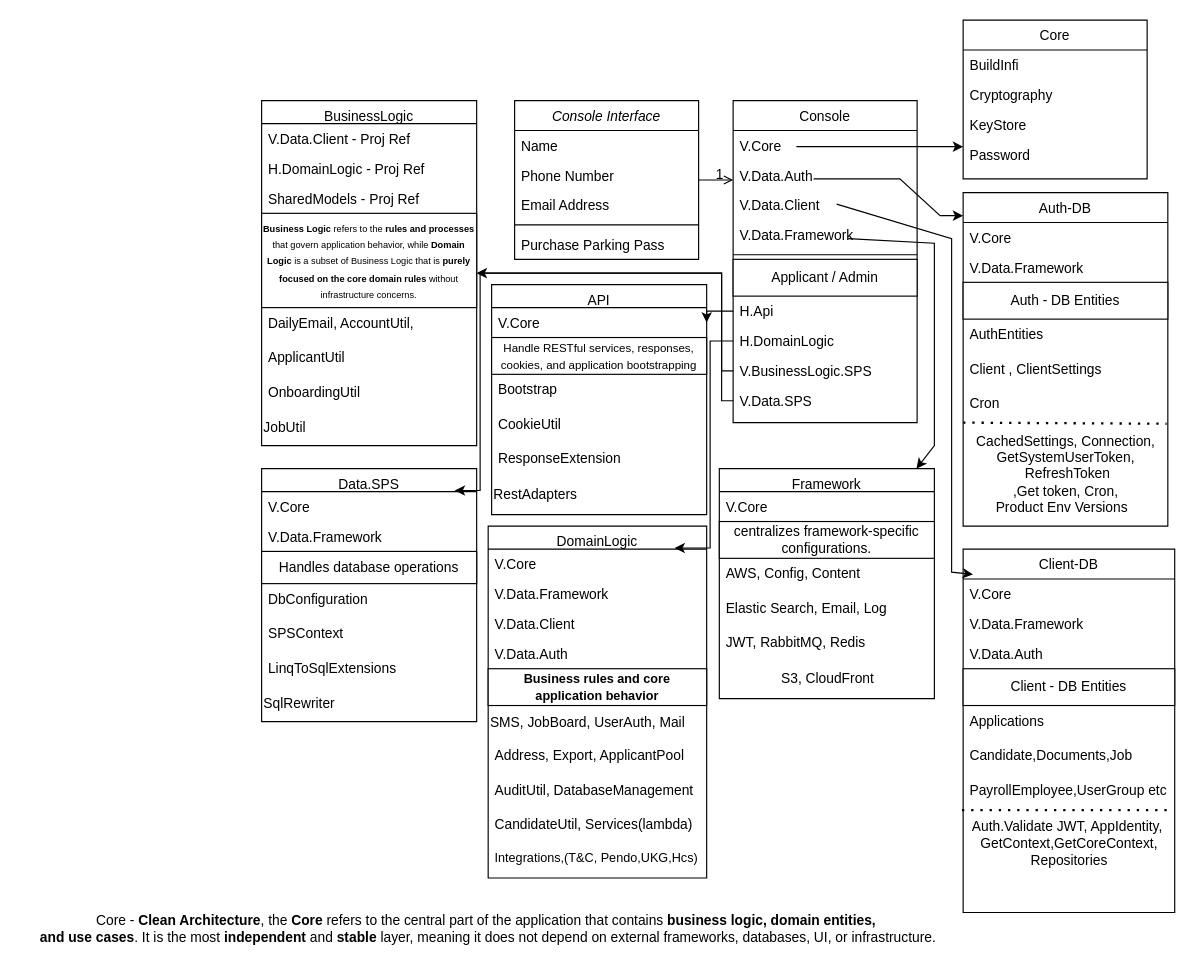
Before: Untitled Diagram.drawio in LalgyThomas/GITPR, a draw.io diagram. Source tidied: cells renumbered, new cells numbered last; positions are measured from the earlier drawing's top-left corner, leaving out a move shared by most shapes. Both pictures are drawn from the tidied source at 115%, with x=0, y=0 at pixel (20, 20).
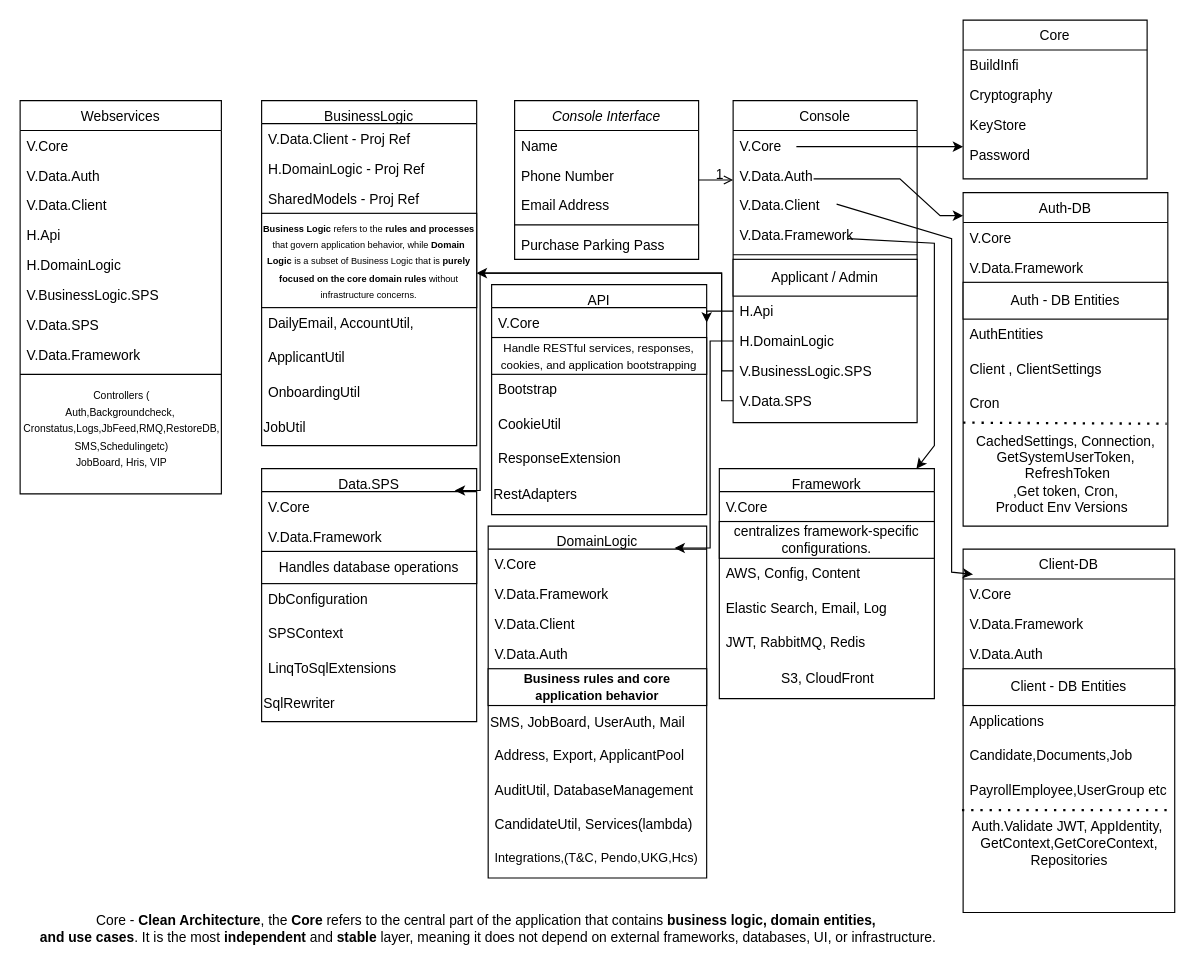
The same page after the edit.

Change to the diagram source:
```diff
@@
+    <mxCell id="96" value="Webservices" style="swimlane;fontStyle=0;align=center;verticalAlign=top;horizontal=1;startSize=26;rounded=0;shadow=0;strokeWidth=1;" parent="1" vertex="1">
+      <mxGeometry y="70" width="175" height="342" as="geometry" />
+    </mxCell>
+    <mxCell id="97" value="V.Core" style="text;align=left;verticalAlign=top;spacingLeft=4;spacingRight=4;overflow=hidden;" parent="96" vertex="1">
+      <mxGeometry y="26" width="175" height="26" as="geometry" />
+    </mxCell>
+    <mxCell id="98" value="V.Data.Auth" style="text;align=left;verticalAlign=top;spacingLeft=4;spacingRight=4;overflow=hidden;rounded=0;shadow=0;html=0;" parent="96" vertex="1">
+      <mxGeometry y="52" width="175" height="26" as="geometry" />
+    </mxCell>
+    <mxCell id="99" value="V.Data.Client" style="text;align=left;verticalAlign=top;spacingLeft=4;spacingRight=4;overflow=hidden;rounded=0;shadow=0;html=0;" parent="96" vertex="1">
+      <mxGeometry y="78" width="175" height="26" as="geometry" />
+    </mxCell>
+    <mxCell id="100" value="H.Api" style="text;align=left;verticalAlign=top;spacingLeft=4;spacingRight=4;overflow=hidden;rounded=0;shadow=0;html=0;" parent="96" vertex="1">
+      <mxGeometry y="104" width="175" height="26" as="geometry" />
+    </mxCell>
+    <mxCell id="101" value="H.DomainLogic" style="text;align=left;verticalAlign=top;spacingLeft=4;spacingRight=4;overflow=hidden;rounded=0;shadow=0;html=0;" parent="96" vertex="1">
+      <mxGeometry y="130" width="175" height="26" as="geometry" />
+    </mxCell>
+    <mxCell id="102" value="V.BusinessLogic.SPS" style="text;align=left;verticalAlign=top;spacingLeft=4;spacingRight=4;overflow=hidden;" parent="96" vertex="1">
+      <mxGeometry y="156" width="175" height="26" as="geometry" />
+    </mxCell>
+    <mxCell id="103" value="V.Data.SPS" style="text;align=left;verticalAlign=top;spacingLeft=4;spacingRight=4;overflow=hidden;" parent="96" vertex="1">
+      <mxGeometry y="182" width="175" height="26" as="geometry" />
+    </mxCell>
+    <mxCell id="104" value="V.Data.Framework" style="text;align=left;verticalAlign=top;spacingLeft=4;spacingRight=4;overflow=hidden;rounded=0;shadow=0;html=0;" parent="96" vertex="1">
+      <mxGeometry y="208" width="175" height="26" as="geometry" />
+    </mxCell>
+    <mxCell id="105" style="line;html=1;strokeWidth=1;align=left;verticalAlign=middle;spacingTop=-1;spacingLeft=3;spacingRight=3;labelPosition=right;" parent="96" vertex="1">
+      <mxGeometry y="234" width="175" height="8" as="geometry" />
+    </mxCell>
+    <mxCell id="106" value="&lt;font style=&quot;font-size: 9px;&quot;&gt;Controllers (&lt;/font&gt;&lt;div&gt;&lt;font style=&quot;font-size: 9px;&quot;&gt;Auth,Backgroundcheck,&amp;nbsp;&lt;/font&gt;&lt;div&gt;&lt;font style=&quot;font-size: 9px;&quot;&gt;Cronstatus,Logs,JbFeed,RMQ,RestoreDB,&lt;/font&gt;&lt;/div&gt;&lt;div&gt;&lt;font style=&quot;font-size: 9px;&quot;&gt;SMS,Schedulingetc)&lt;/font&gt;&lt;/div&gt;&lt;/div&gt;&lt;div&gt;&lt;font style=&quot;font-size: 9px;&quot;&gt;JobBoard, Hris, VIP&lt;/font&gt;&lt;/div&gt;&lt;div&gt;&lt;br&gt;&lt;/div&gt;" style="text;html=1;align=center;verticalAlign=middle;strokeColor=none;fillColor=none;" parent="96" vertex="1">
+      <mxGeometry y="242" width="175" height="100" as="geometry" />
+    </mxCell>
```
